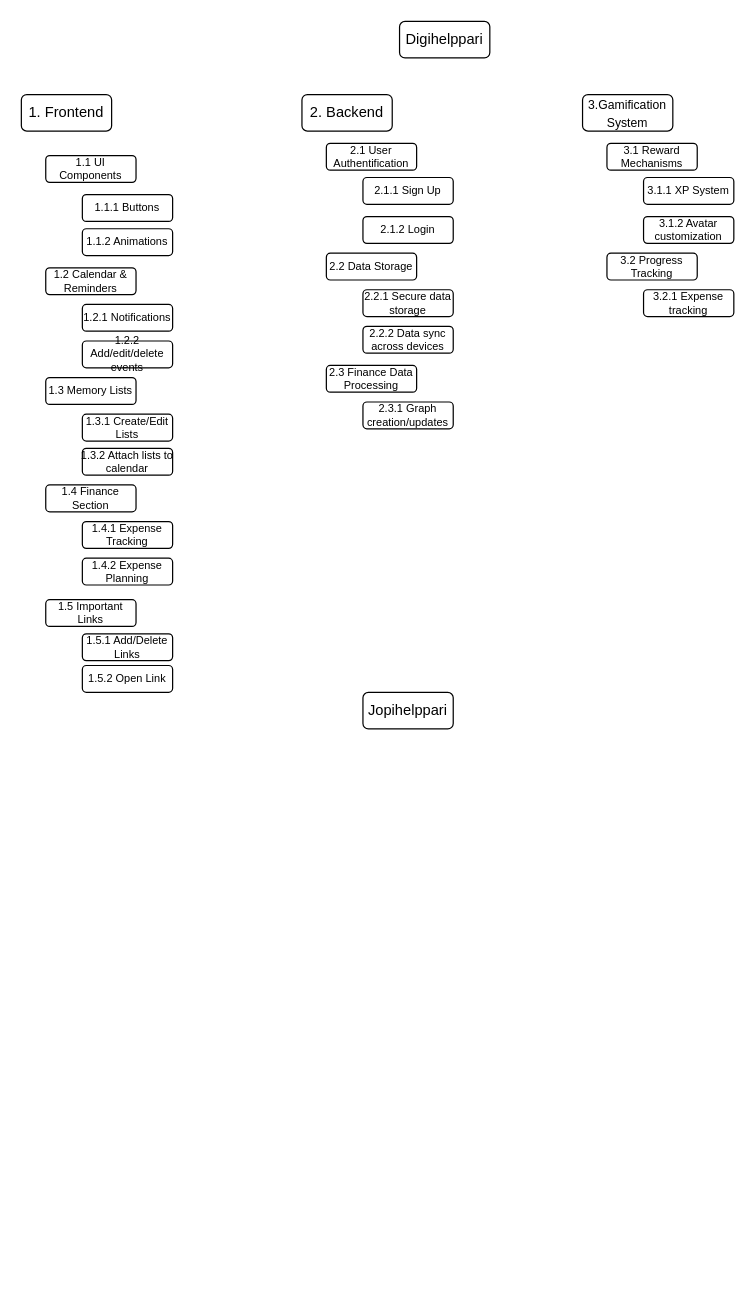
HenryVag/draw.io keeps this draw.io diagram as PBS.drawio. Above is the earlier version. Source tidied: cells renumbered, new cells numbered last; positions are measured from the earlier drawing's top-left corner, leaving out a move shared by most shapes. Both pictures are drawn from the tidied source at 122%, with x=0, y=0 at pixel (21, 21).
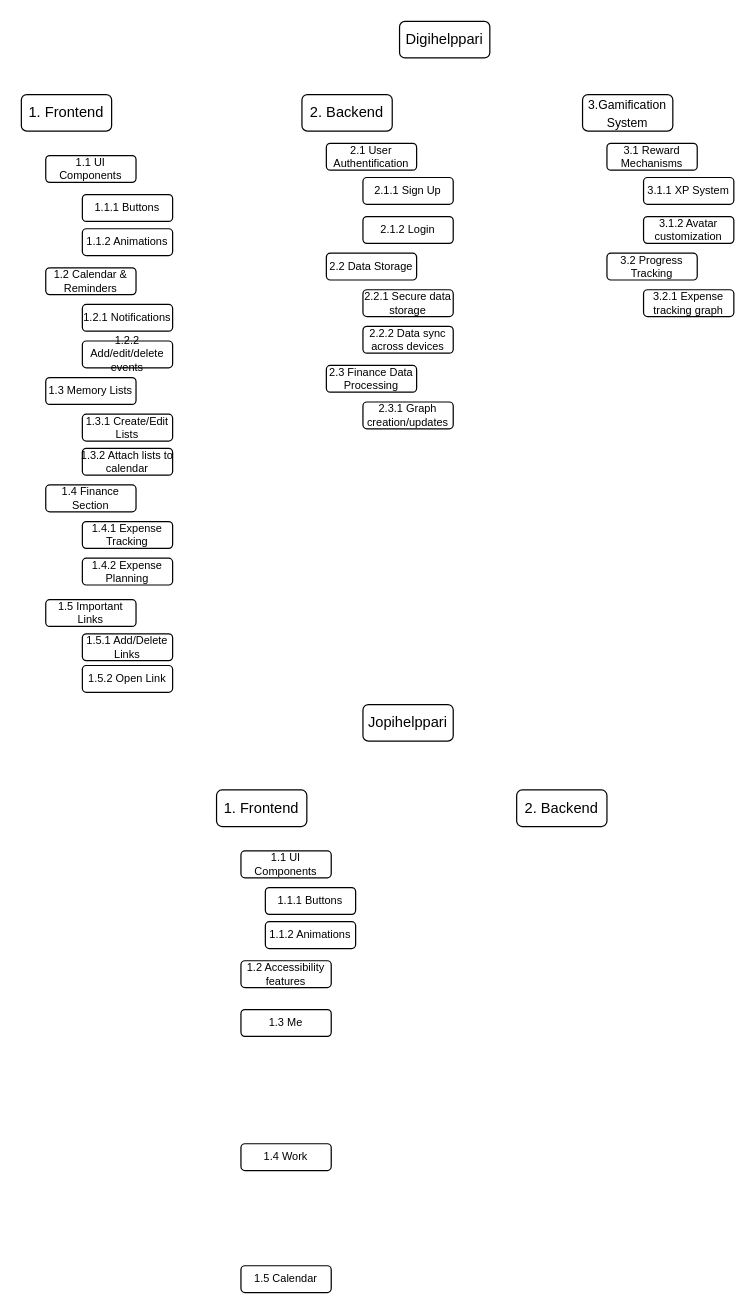
The same diagram, later.

What changed in the source:
```diff
@@
-    <mxCell id="31" value="3.2.1 Expense tracking" style="rounded=1;whiteSpace=wrap;html=1;spacing=0;fontSize=9;" parent="1" vertex="1">
+    <mxCell id="31" value="3.2.1 Expense tracking graph" style="rounded=1;whiteSpace=wrap;html=1;spacing=0;fontSize=9;" parent="1" vertex="1">
       <mxGeometry x="510" y="220" width="74" height="22" as="geometry" />
     </mxCell>
@@
     <mxCell id="34" value="Jopihelppari" style="rounded=1;whiteSpace=wrap;html=1;" parent="1" vertex="1">
-      <mxGeometry x="280" y="550" width="74" height="30" as="geometry" />
+      <mxGeometry x="280" y="560" width="74" height="30" as="geometry" />
     </mxCell>
+    <mxCell id="35" value="1. Frontend" style="rounded=1;whiteSpace=wrap;html=1;" parent="1" vertex="1">
+      <mxGeometry x="160" y="630" width="74" height="30" as="geometry" />
+    </mxCell>
+    <mxCell id="36" value="2. Backend" style="rounded=1;whiteSpace=wrap;html=1;" parent="1" vertex="1">
+      <mxGeometry x="406" y="630" width="74" height="30" as="geometry" />
+    </mxCell>
+    <mxCell id="37" value="&lt;font&gt;1.1 UI Components&lt;/font&gt;" style="rounded=1;whiteSpace=wrap;html=1;fontSize=9;" parent="1" vertex="1">
+      <mxGeometry x="180" y="680" width="74" height="22" as="geometry" />
+    </mxCell>
+    <mxCell id="38" value="&lt;font&gt;1.2 Accessibility features&lt;br&gt;&lt;/font&gt;" style="rounded=1;whiteSpace=wrap;html=1;fontSize=9;" parent="1" vertex="1">
+      <mxGeometry x="180" y="770" width="74" height="22" as="geometry" />
+    </mxCell>
+    <mxCell id="39" value="&lt;font&gt;1.1.1 Buttons&lt;/font&gt;" style="rounded=1;whiteSpace=wrap;html=1;spacing=0;fontSize=9;" parent="1" vertex="1">
+      <mxGeometry x="200" y="710" width="74" height="22" as="geometry" />
+    </mxCell>
+    <mxCell id="40" value="&lt;font&gt;1.1.2 Animations&lt;/font&gt;" style="rounded=1;whiteSpace=wrap;html=1;strokeWidth=1;spacing=0;fontSize=9;" parent="1" vertex="1">
+      <mxGeometry x="200" y="738" width="74" height="22" as="geometry" />
+    </mxCell>
+    <mxCell id="41" value="1.3 Me" style="rounded=1;whiteSpace=wrap;html=1;fontSize=9;" parent="1" vertex="1">
+      <mxGeometry x="180" y="810" width="74" height="22" as="geometry" />
+    </mxCell>
+    <mxCell id="42" value="1.4 Work" style="rounded=1;whiteSpace=wrap;html=1;fontSize=9;" parent="1" vertex="1">
+      <mxGeometry x="180" y="920" width="74" height="22" as="geometry" />
+    </mxCell>
+    <mxCell id="43" value="1.5 Calendar" style="rounded=1;whiteSpace=wrap;html=1;fontSize=9;" parent="1" vertex="1">
+      <mxGeometry x="180" y="1020" width="74" height="22" as="geometry" />
+    </mxCell>
```
